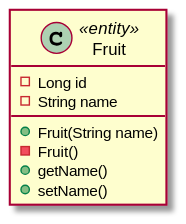
EmmanuelJanssens/AMT_2021 keeps this PlantUML diagram as documentation/CD/CD.svg. Above is the earlier version.
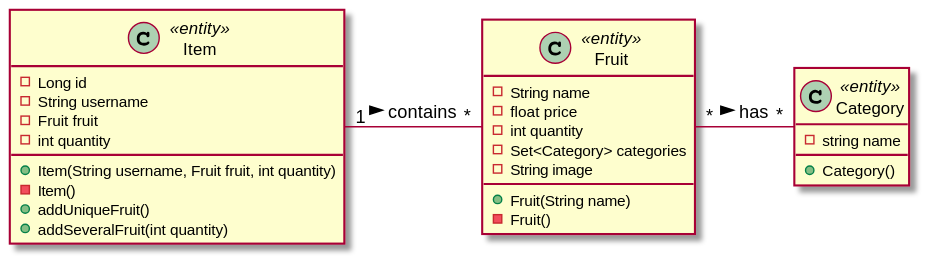
After the change.

The edit, as a diff of the source:
```diff
@@ -1,12 +1,32 @@
 @startuml
 
 class Fruit <<entity>>{
--Long id
 -String name
+-float price
+-int quantity
+-Set<Category> categories
+-String image
 +Fruit(String name)
 -Fruit()
-+getName()
-+setName()
+}
+class Item <<entity>>{
+-Long id
+-String username
+-Fruit fruit
+-int quantity
++Item(String username, Fruit fruit, int quantity)
+-Item()
++addUniqueFruit()
++addSeveralFruit(int quantity)
+
 
 }
+class Category <<entity>>{
+-string name
++Category()
+}
+
+
+Item "1"- "*" Fruit : contains >
+Fruit "*"- "*" Category : has >
 @enduml
```
